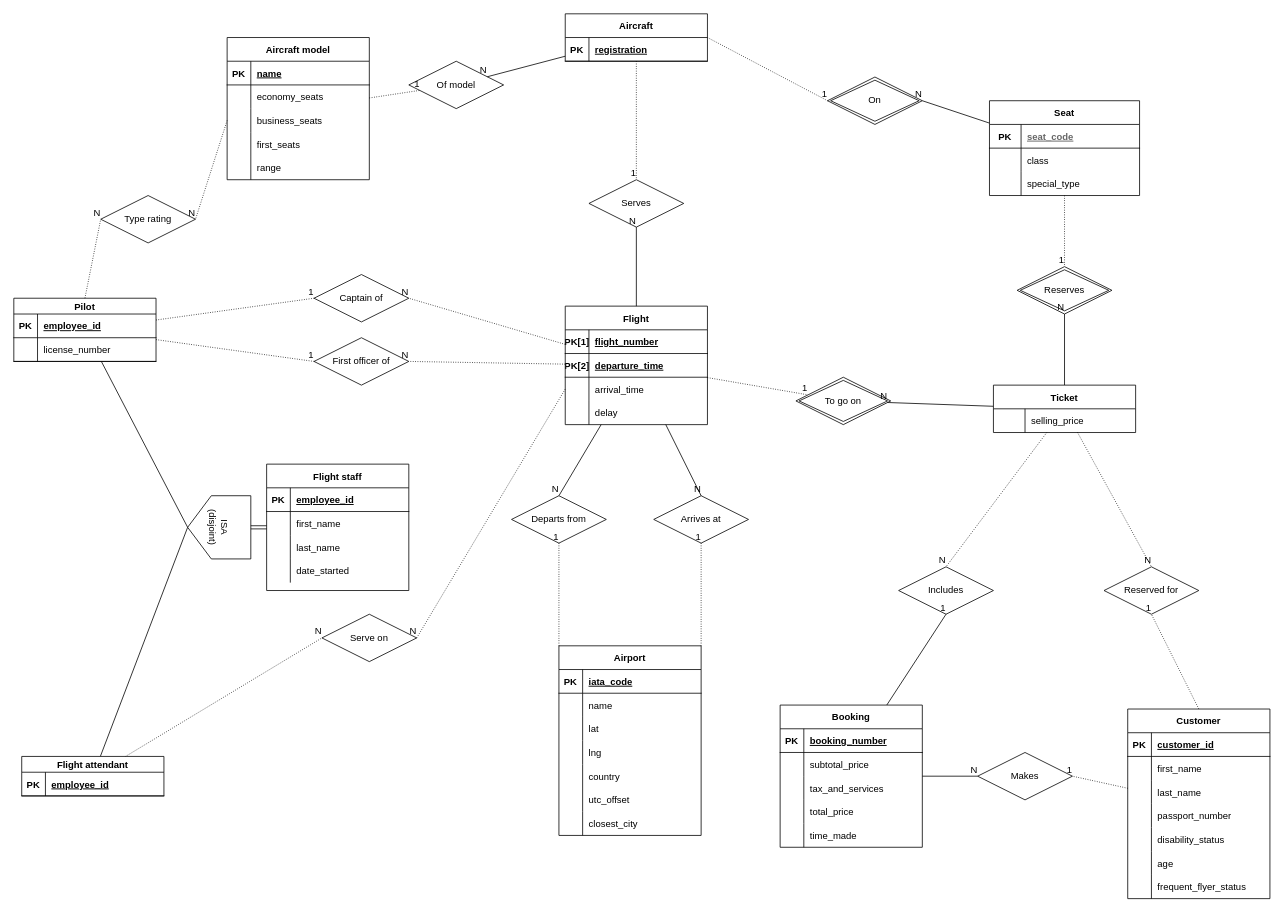
Earlier version of the draw.io diagram Airline system ER diagram.drawio (lyulka/comp3278). Source tidied: cells renumbered, new cells numbered last; positions are measured from the earlier drawing's top-left corner, leaving out a move shared by most shapes. Both pictures are drawn from the tidied source at 79%, with x=0, y=0 at pixel (13, 13).
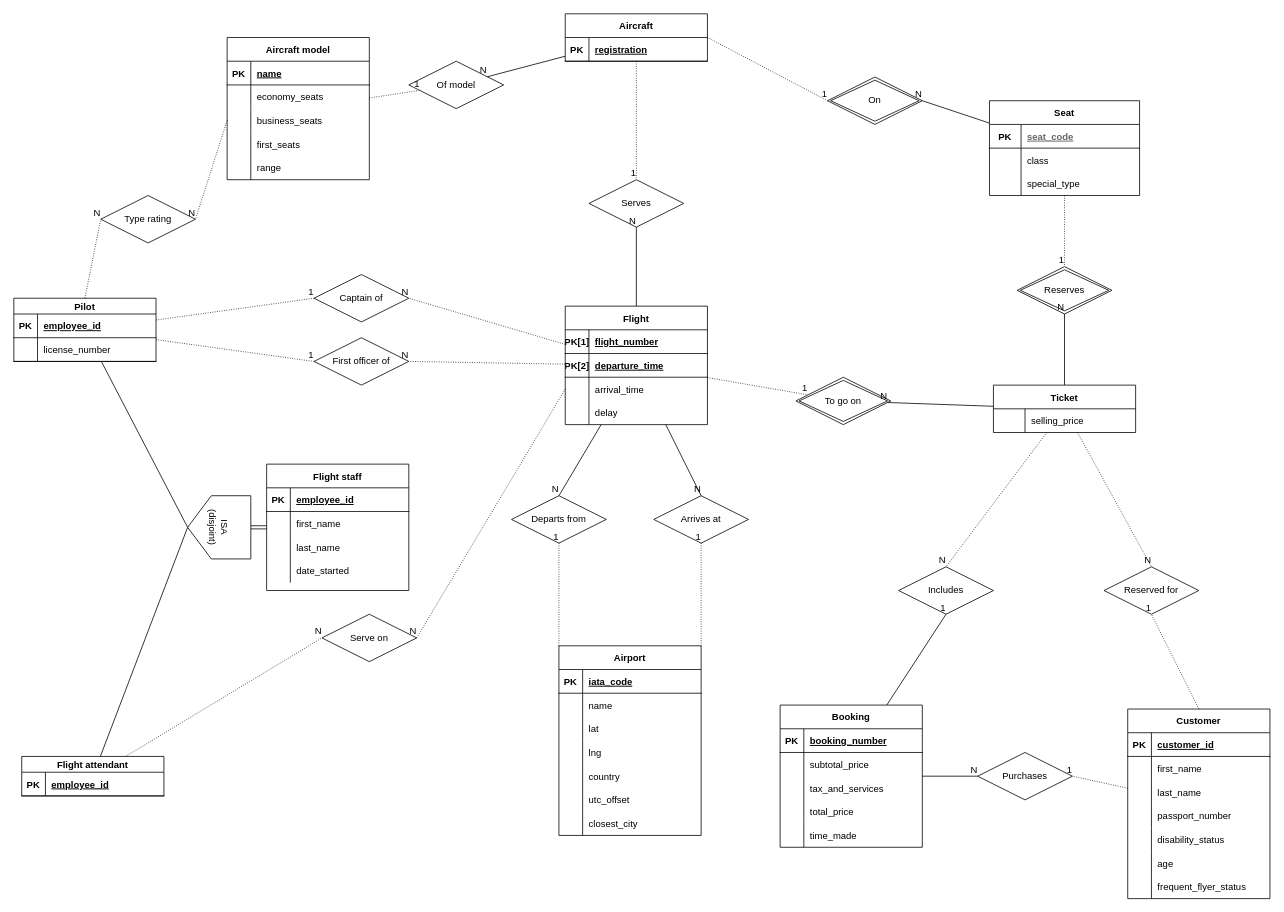
The same page after the edit.

The edit, as a diff of the source:
```diff
@@
-    <mxCell id="38" value="Makes" style="shape=rhombus;perimeter=rhombusPerimeter;whiteSpace=wrap;html=1;align=center;" parent="1" vertex="1">
+    <mxCell id="38" value="Purchases" style="shape=rhombus;perimeter=rhombusPerimeter;whiteSpace=wrap;html=1;align=center;" parent="1" vertex="1">
       <mxGeometry x="1220" y="935" width="120" height="60" as="geometry" />
     </mxCell>
```
